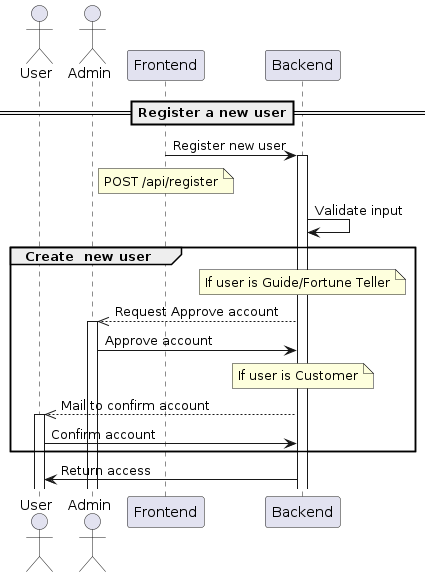
This is out/Sequence-diagram/Register.png from Nxwbtk/SA-Diagram, a PlantUML export, as it was before one commit. Its diagram source:
```plantuml
@startuml
==Register a new user==
actor User
actor Admin
participant "Frontend" as FE
participant "Backend" as BE
FE -> BE: Register new user
note over FE: POST /api/register
activate BE
BE -> BE: Validate input
group Create  new user
	note over BE: If user is Guide/Fortune Teller
	BE -->> Admin: Request Approve account
	activate Admin
	Admin -> BE: Approve account
	note over BE : If user is Customer
	BE -->> User: Mail to confirm account
	activate User
	User -> BE: Confirm account
end
BE -> User: Return access
@enduml
```
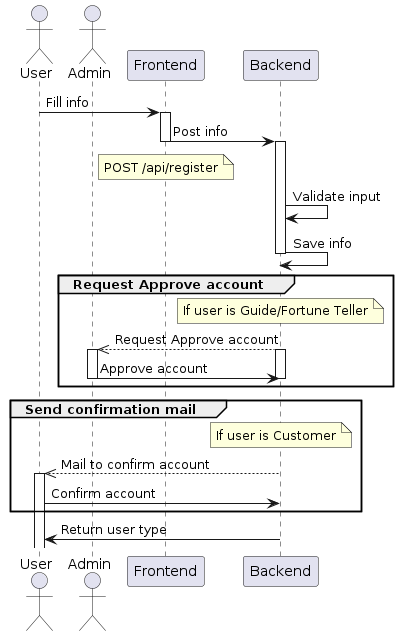
After the commit.

The edit, as a diff of the source:
```diff
@@ -1,22 +1,31 @@
 @startuml
-==Register a new user==
 actor User
 actor Admin
 participant "Frontend" as FE
 participant "Backend" as BE
-FE -> BE: Register new user
+User -> FE: Fill info
+activate FE
+FE -> BE: Post info
+deactivate FE
 note over FE: POST /api/register
 activate BE
 BE -> BE: Validate input
-group Create  new user
+BE -> BE: Save info
+deactivate BE
+group Request Approve account
 	note over BE: If user is Guide/Fortune Teller
 	BE -->> Admin: Request Approve account
+	activate BE
 	activate Admin
 	Admin -> BE: Approve account
+	deactivate BE
+	deactivate Admin
+end
+group Send confirmation mail
 	note over BE : If user is Customer
 	BE -->> User: Mail to confirm account
 	activate User
 	User -> BE: Confirm account
 end
-BE -> User: Return access
+BE -> User: Return user type
 @enduml
```
